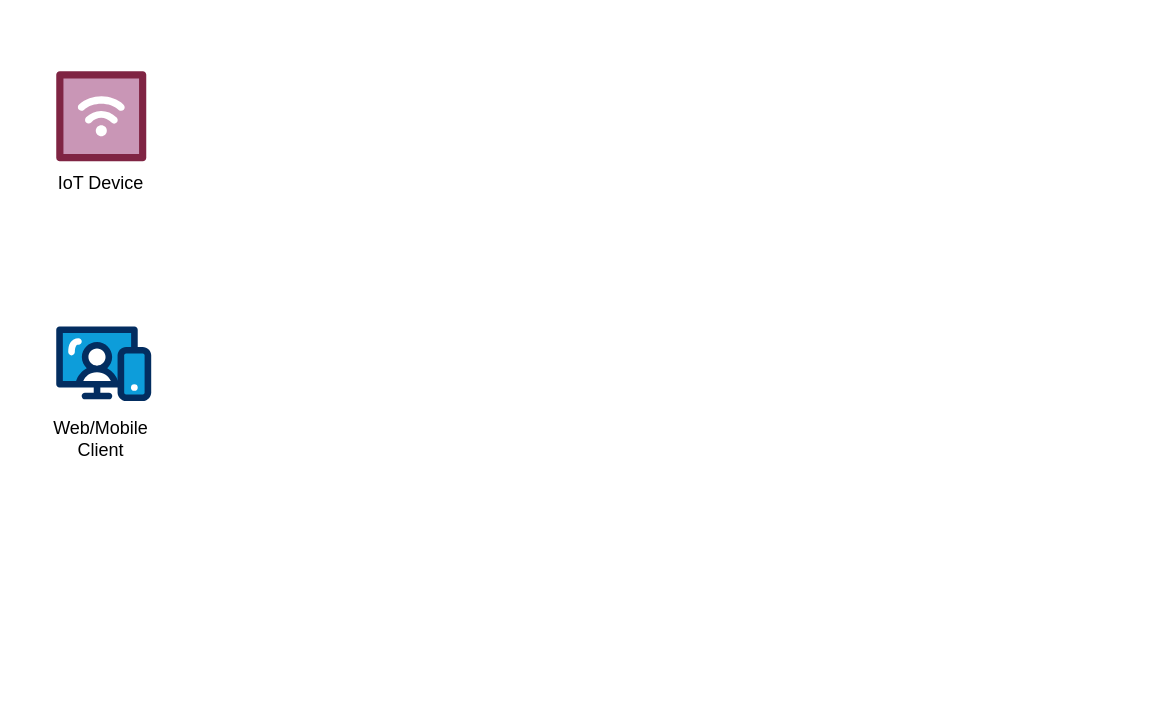
This is diagrams/CommonDiagram.drawio from profjordanov/phd, a draw.io file, before an edit. Source tidied: cells renumbered, new cells numbered last; positions are measured from the earlier drawing's top-left corner, leaving out a move shared by most shapes. Both pictures are drawn from the tidied source at 150%, with x=0, y=0 at pixel (56, 70).
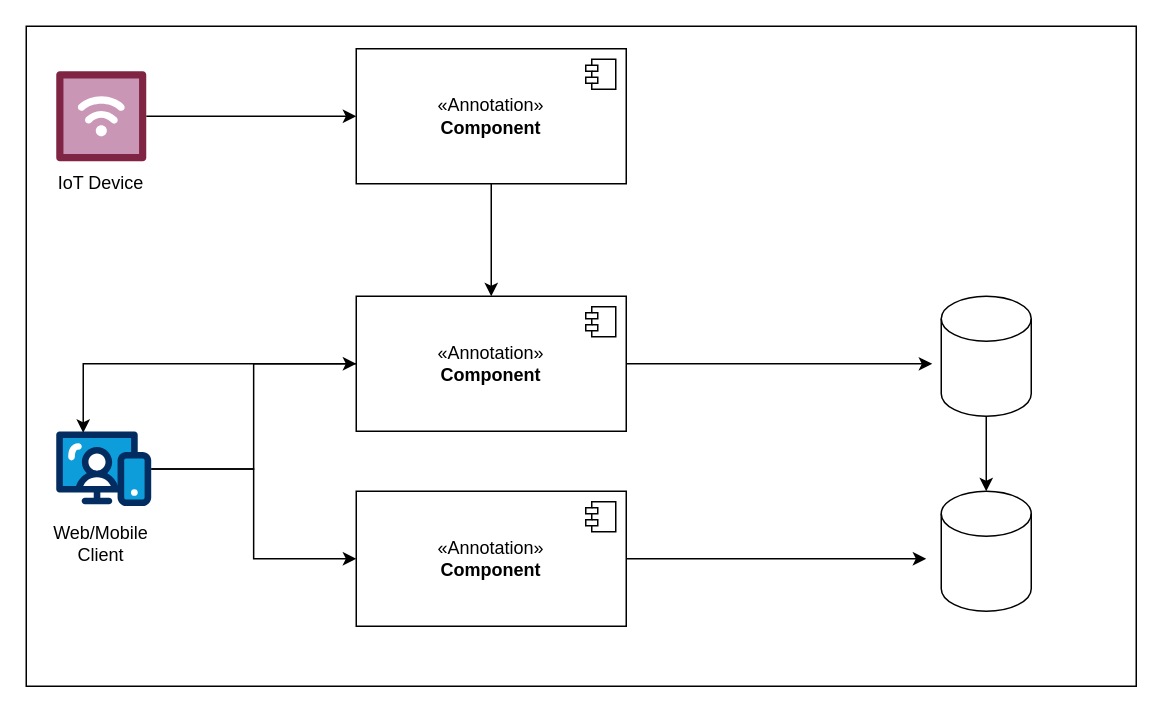
The same page after the edit.

The change refers to these unchanged cells:
```xml
<mxCell id="3" style="verticalLabelPosition=bottom;html=1;shape=mxgraph.salesforce.iot;" parent="1" vertex="1">
  <mxGeometry width="60" height="60" as="geometry" />
</mxCell>
```

The edit, as a diff of the source:
```diff
@@
+    <mxCell id="6" style="rounded=0;whiteSpace=wrap;html=1;" parent="1" vertex="1">
+      <mxGeometry x="-20" y="-30" width="740" height="440" as="geometry" />
+    </mxCell>
+    <mxCell id="7" style="edgeStyle=orthogonalEdgeStyle;rounded=0;jettySize=auto;html=1;entryX=0;entryY=0.5;entryDx=0;entryDy=0;" parent="1" edge="1" source="2" target="13">
+      <mxGeometry relative="1" as="geometry" />
+    </mxCell>
+    <mxCell id="8" style="edgeStyle=orthogonalEdgeStyle;rounded=0;jettySize=auto;html=1;entryX=0;entryY=0.5;entryDx=0;entryDy=0;" parent="1" edge="1" source="2" target="16">
+      <mxGeometry relative="1" as="geometry" />
+    </mxCell>
     <mxCell id="2" style="verticalLabelPosition=bottom;html=1;shape=mxgraph.salesforce.web;" parent="1" vertex="1">
-      <mxGeometry y="170" width="63.3" height="50" as="geometry" />
+      <mxGeometry y="240" width="63.3" height="50" as="geometry" />
     </mxCell>
+    <mxCell id="9" style="edgeStyle=orthogonalEdgeStyle;rounded=0;jettySize=auto;html=1;entryX=0;entryY=0.5;entryDx=0;entryDy=0;" parent="1" edge="1" source="3" target="11">
+      <mxGeometry relative="1" as="geometry" />
+    </mxCell>
@@
     <mxCell id="5" value="Web/Mobile Client" style="text;html=1;strokeColor=none;fillColor=none;align=center;verticalAlign=middle;whiteSpace=wrap;rounded=0;" parent="1" vertex="1">
-      <mxGeometry y="230" width="60" height="30" as="geometry" />
+      <mxGeometry y="300" width="60" height="30" as="geometry" />
     </mxCell>
+    <mxCell id="10" style="edgeStyle=orthogonalEdgeStyle;rounded=0;jettySize=auto;html=1;exitX=0.5;exitY=1;exitDx=0;exitDy=0;entryX=0.5;entryY=0;entryDx=0;entryDy=0;" parent="1" edge="1" source="11" target="13">
+      <mxGeometry relative="1" as="geometry" />
+    </mxCell>
+    <mxCell id="11" value="&amp;laquo;Annotation&amp;raquo;&lt;br/&gt;&lt;b&gt;Component&lt;/b&gt;" style="html=1;whiteSpace=wrap;" parent="1" vertex="1">
+      <mxGeometry x="200" y="-15" width="180" height="90" as="geometry" />
+    </mxCell>
+    <mxCell id="12" style="shape=module;jettyWidth=8;jettyHeight=4;" parent="11" vertex="1">
+      <mxGeometry x="1" width="20" height="20" relative="1" as="geometry">
+        <mxPoint x="-27" y="7" as="offset" />
+      </mxGeometry>
+    </mxCell>
+    <mxCell id="13" value="&amp;laquo;Annotation&amp;raquo;&lt;br/&gt;&lt;b&gt;Component&lt;/b&gt;" style="html=1;whiteSpace=wrap;" parent="1" vertex="1">
+      <mxGeometry x="200" y="150" width="180" height="90" as="geometry" />
+    </mxCell>
+    <mxCell id="14" style="shape=module;jettyWidth=8;jettyHeight=4;" parent="13" vertex="1">
+      <mxGeometry x="1" width="20" height="20" relative="1" as="geometry">
+        <mxPoint x="-27" y="7" as="offset" />
+      </mxGeometry>
+    </mxCell>
+    <mxCell id="15" style="edgeStyle=orthogonalEdgeStyle;rounded=0;jettySize=auto;html=1;" parent="1" edge="1" source="16">
+      <mxGeometry relative="1" as="geometry">
+        <mxPoint x="580" y="325" as="targetPoint" />
+      </mxGeometry>
+    </mxCell>
+    <mxCell id="16" value="&amp;laquo;Annotation&amp;raquo;&lt;br/&gt;&lt;b&gt;Component&lt;/b&gt;" style="html=1;whiteSpace=wrap;" parent="1" vertex="1">
+      <mxGeometry x="200" y="280" width="180" height="90" as="geometry" />
+    </mxCell>
+    <mxCell id="17" style="shape=module;jettyWidth=8;jettyHeight=4;" parent="16" vertex="1">
+      <mxGeometry x="1" width="20" height="20" relative="1" as="geometry">
+        <mxPoint x="-27" y="7" as="offset" />
+      </mxGeometry>
+    </mxCell>
+    <mxCell id="18" style="edgeStyle=orthogonalEdgeStyle;rounded=0;jettySize=auto;html=1;" parent="1" edge="1" source="19" target="20">
+      <mxGeometry relative="1" as="geometry" />
+    </mxCell>
+    <mxCell id="19" style="shape=cylinder3;whiteSpace=wrap;html=1;boundedLbl=1;backgroundOutline=1;size=15;" parent="1" vertex="1">
+      <mxGeometry x="590" y="150" width="60" height="80" as="geometry" />
+    </mxCell>
+    <mxCell id="20" style="shape=cylinder3;whiteSpace=wrap;html=1;boundedLbl=1;backgroundOutline=1;size=15;" parent="1" vertex="1">
+      <mxGeometry x="590" y="280" width="60" height="80" as="geometry" />
+    </mxCell>
+    <mxCell id="21" style="edgeStyle=orthogonalEdgeStyle;rounded=0;jettySize=auto;html=1;entryX=-0.1;entryY=0.563;entryDx=0;entryDy=0;entryPerimeter=0;" parent="1" edge="1" source="13" target="19">
+      <mxGeometry relative="1" as="geometry" />
+    </mxCell>
+    <mxCell id="22" style="edgeStyle=orthogonalEdgeStyle;rounded=0;jettySize=auto;html=1;entryX=0.284;entryY=0.017;entryDx=0;entryDy=0;entryPerimeter=0;" parent="1" edge="1" source="13" target="2">
+      <mxGeometry relative="1" as="geometry" />
+    </mxCell>
```
